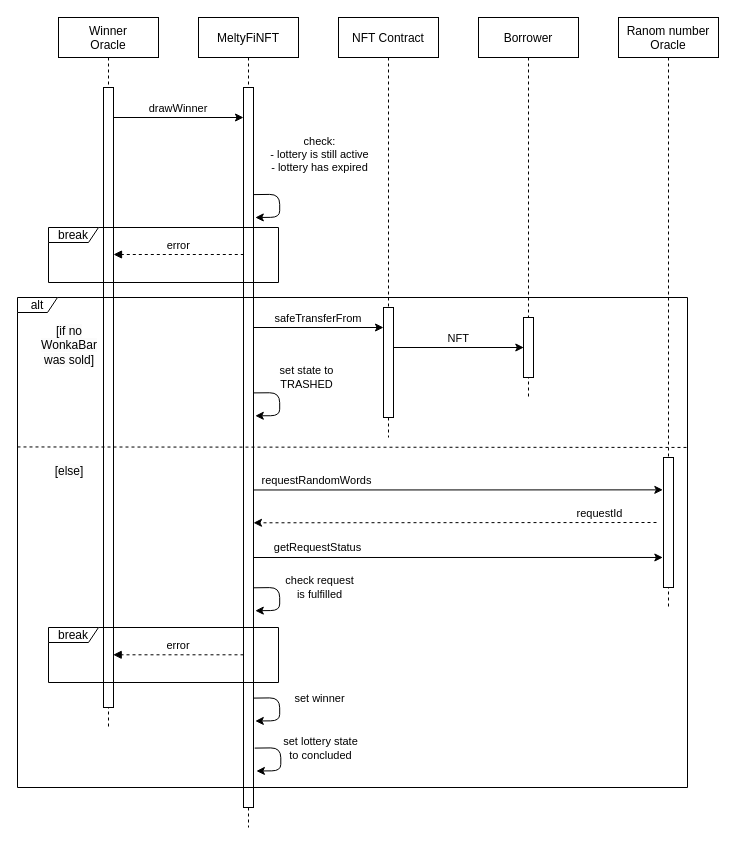
VincenzoImp/meltyfi keeps this draw.io diagram as page "Pagina-5" (5 of 5) of report/diagrams/sequence_diagrams.drawio. Above is the earlier version. Source tidied: cells renumbered, new cells numbered last; positions are measured from the earlier drawing's top-left corner, leaving out a move shared by most shapes. Both pictures are drawn from the tidied source at 100%, with x=0, y=0 at pixel (17, 17).
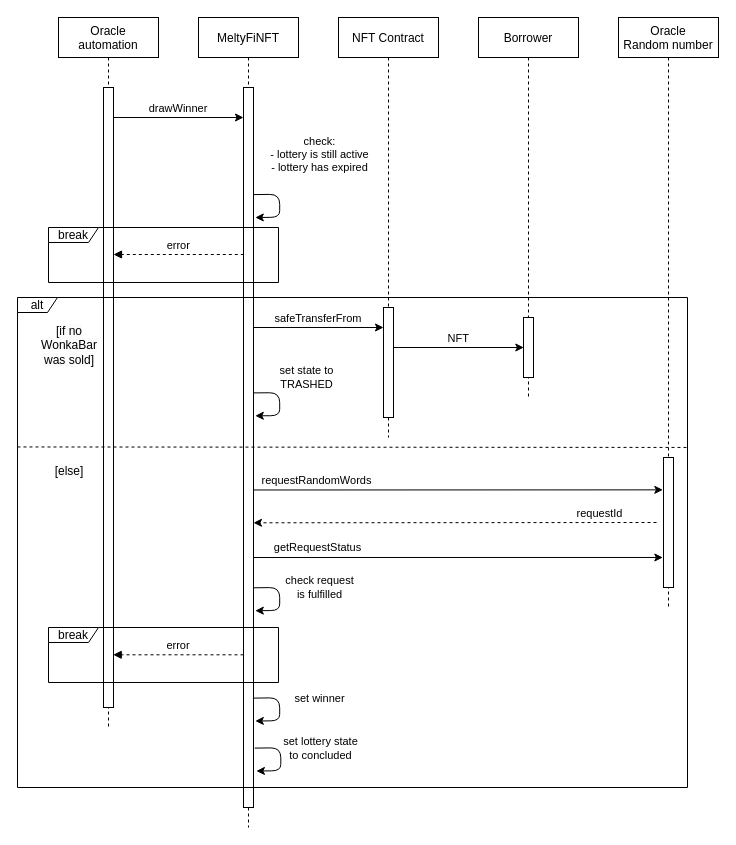
After the change.

What changed in the source:
```diff
@@
-    <mxCell id="2" value="Ranom number&#10;Oracle" style="shape=umlLifeline;perimeter=lifelinePerimeter;rounded=0;shadow=0;strokeWidth=1;" parent="1" vertex="1">
+    <mxCell id="2" value="Oracle &#10;Random number" style="shape=umlLifeline;perimeter=lifelinePerimeter;rounded=0;shadow=0;strokeWidth=1;" parent="1" vertex="1">
       <mxGeometry x="601" width="100" height="590" as="geometry" />
     </mxCell>
@@
-    <mxCell id="4" value="Winner&#10;Oracle" style="shape=umlLifeline;perimeter=lifelinePerimeter;rounded=0;shadow=0;strokeWidth=1;" parent="1" vertex="1">
+    <mxCell id="4" value="Oracle &#10;automation" style="shape=umlLifeline;perimeter=lifelinePerimeter;rounded=0;shadow=0;strokeWidth=1;" parent="1" vertex="1">
       <mxGeometry x="41" width="100" height="710" as="geometry" />
     </mxCell>
```
